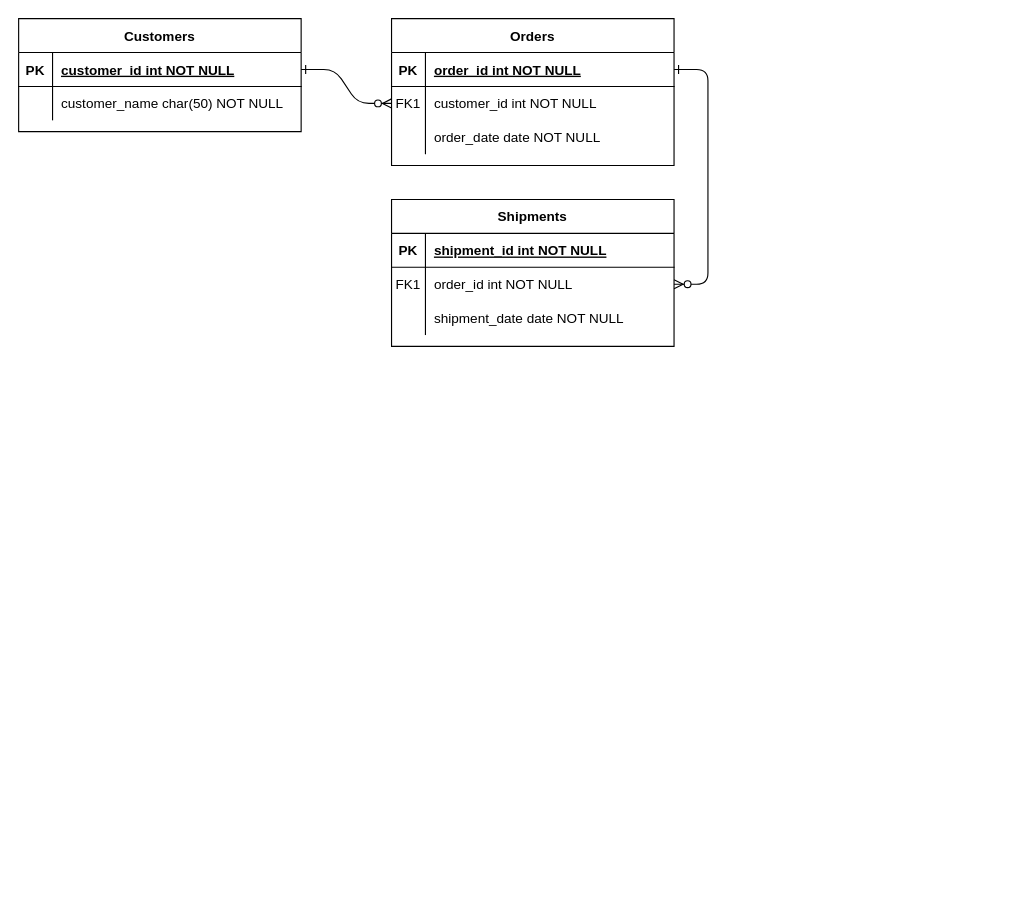
This is relation.drawio from niuniu268/Tentamen-240318-kl-14, a draw.io file, before an edit. Source tidied: cells renumbered, new cells numbered last; positions are measured from the earlier drawing's top-left corner, leaving out a move shared by most shapes. Both pictures are drawn from the tidied source at 113%, with x=0, y=0 at pixel (18, 18).
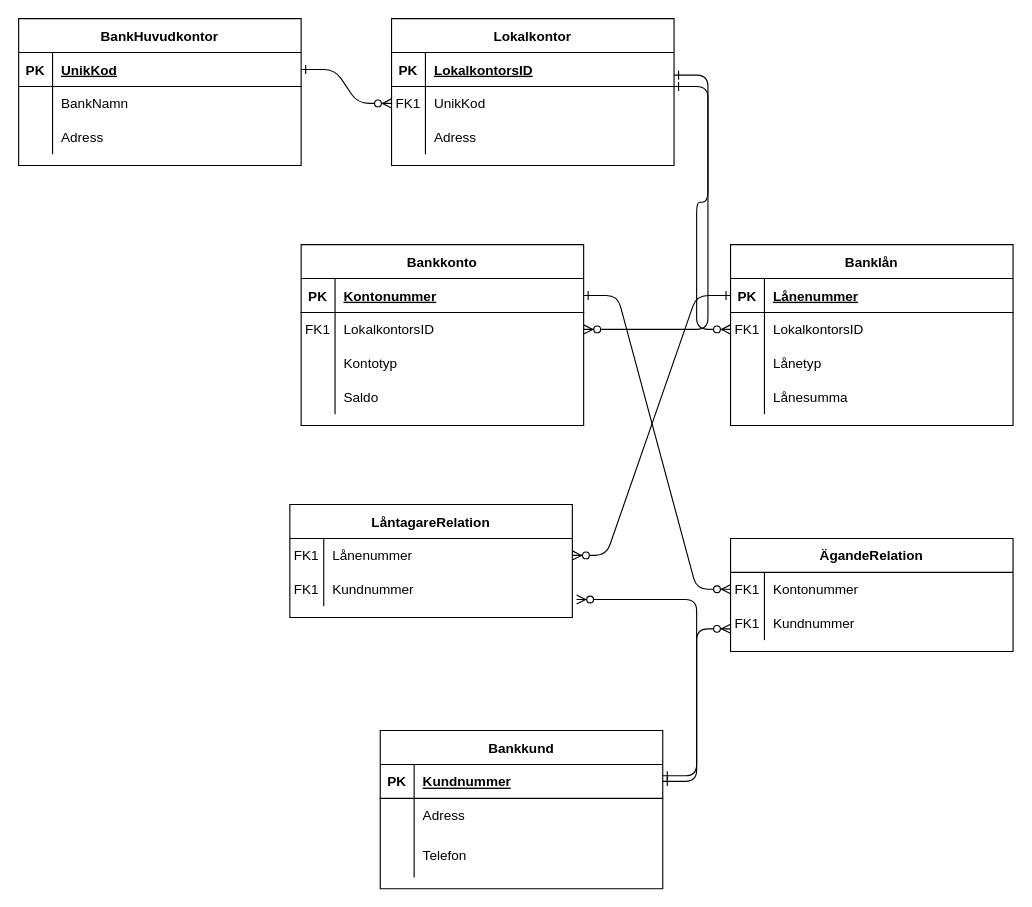
After the change.

The change refers to these unchanged cells:
```xml
<mxCell id="5" style="shape=partialRectangle;fillColor=none;points=[[0,0.5],[1,0.5]];portConstraint=eastwest;top=0;left=0;right=0;bottom=1;" parent="4" vertex="1">
  <mxGeometry y="30" width="250" height="30" as="geometry" />
</mxCell>
<mxCell id="8" style="shape=partialRectangle;fillColor=none;points=[[0,0.5],[1,0.5]];portConstraint=eastwest;top=0;left=0;right=0;bottom=0;" parent="4" vertex="1">
  <mxGeometry y="60" width="250" height="30" as="geometry" />
</mxCell>
<mxCell id="11" style="shape=partialRectangle;fillColor=none;top=0;left=0;right=0;bottom=0;" parent="4" vertex="1">
  <mxGeometry y="90" width="250" height="30" as="geometry" />
</mxCell>
<mxCell id="15" style="shape=partialRectangle;fillColor=none;points=[[0,0.5],[1,0.5]];portConstraint=eastwest;top=0;left=0;right=0;bottom=1;" parent="14" vertex="1">
  <mxGeometry y="30" width="250" height="30" as="geometry" />
</mxCell>
<mxCell id="25" style="shape=partialRectangle;fillColor=none;points=[[0,0.5],[1,0.5]];portConstraint=eastwest;top=0;left=0;right=0;bottom=1;" parent="24" vertex="1">
  <mxGeometry y="30" width="250" height="30" as="geometry" />
</mxCell>
<mxCell id="28" style="shape=partialRectangle;fillColor=none;top=0;left=0;right=0;bottom=0;" parent="24" vertex="1">
  <mxGeometry y="60" width="250" height="30" as="geometry" />
</mxCell>
```

Change to the diagram source:
```diff
@@
-    <mxCell id="3" style="edgeStyle=entityRelationEdgeStyle;endArrow=ERzeroToMany;startArrow=ERone;endFill=1;startFill=0;" parent="1" edge="1" source="5" target="18">
-      <mxGeometry relative="1" as="geometry" />
-    </mxCell>
-    <mxCell id="4" value="Orders" style="shape=table;startSize=30;childLayout=tableLayout;rowLines=0;fontStyle=1;align=center;" parent="1" vertex="1">
+    <mxCell id="4" value="Lokalkontor" style="shape=table;startSize=30;childLayout=tableLayout;rowLines=0;fontStyle=1;align=center;" parent="1" vertex="1">
       <mxGeometry x="330" width="250" height="130" as="geometry" />
     </mxCell>
@@
-    <mxCell id="7" value="order_id int NOT NULL " style="shape=partialRectangle;overflow=hidden;fillColor=none;top=0;left=0;bottom=0;right=0;align=left;spacingLeft=6;fontStyle=5;" parent="5" vertex="1">
+    <mxCell id="7" value="LokalkontorsID" style="shape=partialRectangle;overflow=hidden;fillColor=none;top=0;left=0;bottom=0;right=0;align=left;spacingLeft=6;fontStyle=5;" parent="5" vertex="1">
       <mxGeometry x="30" width="220" height="30" as="geometry" />
     </mxCell>
@@
-    <mxCell id="10" value="customer_id int NOT NULL" style="shape=partialRectangle;overflow=hidden;fillColor=none;top=0;left=0;bottom=0;right=0;align=left;spacingLeft=6;" parent="8" vertex="1">
+    <mxCell id="10" value="UnikKod" style="shape=partialRectangle;overflow=hidden;fillColor=none;top=0;left=0;bottom=0;right=0;align=left;spacingLeft=6;" parent="8" vertex="1">
       <mxGeometry x="30" width="220" height="30" as="geometry" />
     </mxCell>
@@
-    <mxCell id="13" value="order_date date NOT NULL" style="shape=partialRectangle;overflow=hidden;fillColor=none;top=0;left=0;bottom=0;right=0;align=left;spacingLeft=6;" parent="11" vertex="1">
+    <mxCell id="13" value="Adress" style="shape=partialRectangle;overflow=hidden;fillColor=none;top=0;left=0;bottom=0;right=0;align=left;spacingLeft=6;" parent="11" vertex="1">
       <mxGeometry x="30" width="220" height="30" as="geometry" />
     </mxCell>
-    <mxCell id="14" value="Shipments" style="shape=table;startSize=30;childLayout=tableLayout;rowLines=0;fontStyle=1;align=center;" parent="1" vertex="1">
-      <mxGeometry x="330" y="160" width="250" height="130" as="geometry" />
+    <mxCell id="14" value="Bankkund" style="shape=table;startSize=30;childLayout=tableLayout;rowLines=0;fontStyle=1;align=center;" parent="1" vertex="1">
+      <mxGeometry x="320" y="630" width="250" height="140" as="geometry" />
     </mxCell>
@@
-    <mxCell id="17" value="shipment_id int NOT NULL " style="shape=partialRectangle;overflow=hidden;fillColor=none;top=0;left=0;bottom=0;right=0;align=left;spacingLeft=6;fontStyle=5;" parent="15" vertex="1">
+    <mxCell id="17" value="Kundnummer" style="shape=partialRectangle;overflow=hidden;fillColor=none;top=0;left=0;bottom=0;right=0;align=left;spacingLeft=6;fontStyle=5;" parent="15" vertex="1">
       <mxGeometry x="30" width="220" height="30" as="geometry" />
     </mxCell>
-    <mxCell id="18" style="shape=partialRectangle;fillColor=none;points=[[0,0.5],[1,0.5]];portConstraint=eastwest;top=0;left=0;right=0;bottom=0;" parent="14" vertex="1">
-      <mxGeometry y="60" width="250" height="30" as="geometry" />
-    </mxCell>
-    <mxCell id="19" value="FK1" style="shape=partialRectangle;overflow=hidden;fillColor=none;top=0;left=0;bottom=0;right=0;" parent="18" vertex="1">
-      <mxGeometry width="30" height="30" as="geometry" />
-    </mxCell>
-    <mxCell id="20" value="order_id int NOT NULL" style="shape=partialRectangle;overflow=hidden;fillColor=none;top=0;left=0;bottom=0;right=0;align=left;spacingLeft=6;" parent="18" vertex="1">
-      <mxGeometry x="30" width="220" height="30" as="geometry" />
-    </mxCell>
     <mxCell id="21" style="shape=partialRectangle;fillColor=none;top=0;left=0;right=0;bottom=0;" parent="14" vertex="1">
-      <mxGeometry y="90" width="250" height="30" as="geometry" />
+      <mxGeometry y="60" width="250" height="30" as="geometry" />
     </mxCell>
@@
-    <mxCell id="23" value="shipment_date date NOT NULL" style="shape=partialRectangle;overflow=hidden;fillColor=none;top=0;left=0;bottom=0;right=0;align=left;spacingLeft=6;" parent="21" vertex="1">
+    <mxCell id="23" value="Adress" style="shape=partialRectangle;overflow=hidden;fillColor=none;top=0;left=0;bottom=0;right=0;align=left;spacingLeft=6;" parent="21" vertex="1">
       <mxGeometry x="30" width="220" height="30" as="geometry" />
     </mxCell>
+    <mxCell id="31" style="shape=partialRectangle;fillColor=none;top=0;left=0;right=0;bottom=0;" parent="14" vertex="1">
+      <mxGeometry y="90" width="250" height="40" as="geometry" />
+    </mxCell>
+    <mxCell id="32" style="shape=partialRectangle;overflow=hidden;fillColor=none;top=0;left=0;bottom=0;right=0;" parent="31" vertex="1">
+      <mxGeometry width="30" height="40" as="geometry" />
+    </mxCell>
+    <mxCell id="33" value="Telefon" style="shape=partialRectangle;overflow=hidden;fillColor=none;top=0;left=0;bottom=0;right=0;align=left;spacingLeft=6;" parent="31" vertex="1">
+      <mxGeometry x="30" width="220" height="40" as="geometry" />
+    </mxCell>
-    <mxCell id="24" value="Customers" style="shape=table;startSize=30;childLayout=tableLayout;rowLines=0;fontStyle=1;align=center;" parent="1" vertex="1">
-      <mxGeometry width="250" height="100" as="geometry" />
+    <mxCell id="24" value="BankHuvudkontor" style="shape=table;startSize=30;childLayout=tableLayout;rowLines=0;fontStyle=1;align=center;" parent="1" vertex="1">
+      <mxGeometry width="250" height="130" as="geometry" />
     </mxCell>
@@
-    <mxCell id="27" value="customer_id int NOT NULL " style="shape=partialRectangle;overflow=hidden;fillColor=none;top=0;left=0;bottom=0;right=0;align=left;spacingLeft=6;fontStyle=5;" parent="25" vertex="1">
+    <mxCell id="27" value="UnikKod" style="shape=partialRectangle;overflow=hidden;fillColor=none;top=0;left=0;bottom=0;right=0;align=left;spacingLeft=6;fontStyle=5;" parent="25" vertex="1">
       <mxGeometry x="30" width="220" height="30" as="geometry" />
     </mxCell>
@@
-    <mxCell id="30" value="customer_name char(50) NOT NULL" style="shape=partialRectangle;overflow=hidden;fillColor=none;top=0;left=0;bottom=0;right=0;align=left;spacingLeft=6;" parent="28" vertex="1">
+    <mxCell id="30" value="BankNamn" style="shape=partialRectangle;overflow=hidden;fillColor=none;top=0;left=0;bottom=0;right=0;align=left;spacingLeft=6;" parent="28" vertex="1">
       <mxGeometry x="30" width="220" height="30" as="geometry" />
     </mxCell>
+    <mxCell id="34" style="shape=partialRectangle;fillColor=none;top=0;left=0;right=0;bottom=0;" parent="24" vertex="1">
+      <mxGeometry y="90" width="250" height="30" as="geometry" />
+    </mxCell>
+    <mxCell id="35" style="shape=partialRectangle;overflow=hidden;fillColor=none;top=0;left=0;bottom=0;right=0;" parent="34" vertex="1">
+      <mxGeometry width="30" height="30" as="geometry" />
+    </mxCell>
+    <mxCell id="36" value="Adress" style="shape=partialRectangle;overflow=hidden;fillColor=none;top=0;left=0;bottom=0;right=0;align=left;spacingLeft=6;" parent="34" vertex="1">
+      <mxGeometry x="30" width="220" height="30" as="geometry" />
+    </mxCell>
+    <mxCell id="37" style="edgeStyle=entityRelationEdgeStyle;endArrow=ERzeroToMany;startArrow=ERone;endFill=1;startFill=0;exitX=1;exitY=0.5;exitDx=0;exitDy=0;entryX=1;entryY=0.5;entryDx=0;entryDy=0;" parent="1" edge="1" target="56">
+      <mxGeometry relative="1" as="geometry">
+        <mxPoint x="580" y="60" as="sourcePoint" />
+      </mxGeometry>
+    </mxCell>
+    <mxCell id="38" value="Banklån" style="shape=table;startSize=30;childLayout=tableLayout;rowLines=0;fontStyle=1;align=center;" parent="1" vertex="1">
+      <mxGeometry x="630" y="200" width="250" height="160" as="geometry" />
+    </mxCell>
+    <mxCell id="39" style="shape=partialRectangle;fillColor=none;points=[[0,0.5],[1,0.5]];portConstraint=eastwest;top=0;left=0;right=0;bottom=1;" parent="38" vertex="1">
+      <mxGeometry y="30" width="250" height="30" as="geometry" />
+    </mxCell>
+    <mxCell id="40" value="PK" style="shape=partialRectangle;overflow=hidden;fillColor=none;top=0;left=0;bottom=0;right=0;fontStyle=1;" parent="39" vertex="1">
+      <mxGeometry width="30" height="30" as="geometry" />
+    </mxCell>
+    <mxCell id="41" value="Lånenummer" style="shape=partialRectangle;overflow=hidden;fillColor=none;top=0;left=0;bottom=0;right=0;align=left;spacingLeft=6;fontStyle=5;" parent="39" vertex="1">
+      <mxGeometry x="30" width="220" height="30" as="geometry" />
+    </mxCell>
+    <mxCell id="42" style="shape=partialRectangle;fillColor=none;points=[[0,0.5],[1,0.5]];portConstraint=eastwest;top=0;left=0;right=0;bottom=0;" parent="38" vertex="1">
+      <mxGeometry y="60" width="250" height="30" as="geometry" />
+    </mxCell>
+    <mxCell id="43" value="FK1" style="shape=partialRectangle;overflow=hidden;fillColor=none;top=0;left=0;bottom=0;right=0;" parent="42" vertex="1">
+      <mxGeometry width="30" height="30" as="geometry" />
+    </mxCell>
+    <mxCell id="44" value="LokalkontorsID" style="shape=partialRectangle;overflow=hidden;fillColor=none;top=0;left=0;bottom=0;right=0;align=left;spacingLeft=6;" parent="42" vertex="1">
+      <mxGeometry x="30" width="220" height="30" as="geometry" />
+    </mxCell>
+    <mxCell id="45" style="shape=partialRectangle;fillColor=none;top=0;left=0;right=0;bottom=0;" parent="38" vertex="1">
+      <mxGeometry y="90" width="250" height="30" as="geometry" />
+    </mxCell>
+    <mxCell id="46" style="shape=partialRectangle;overflow=hidden;fillColor=none;top=0;left=0;bottom=0;right=0;" parent="45" vertex="1">
+      <mxGeometry width="30" height="30" as="geometry" />
+    </mxCell>
+    <mxCell id="47" value="Lånetyp" style="shape=partialRectangle;overflow=hidden;fillColor=none;top=0;left=0;bottom=0;right=0;align=left;spacingLeft=6;" parent="45" vertex="1">
+      <mxGeometry x="30" width="220" height="30" as="geometry" />
+    </mxCell>
+    <mxCell id="48" style="shape=partialRectangle;fillColor=none;top=0;left=0;right=0;bottom=0;" parent="38" vertex="1">
+      <mxGeometry y="120" width="250" height="30" as="geometry" />
+    </mxCell>
+    <mxCell id="49" style="shape=partialRectangle;overflow=hidden;fillColor=none;top=0;left=0;bottom=0;right=0;" parent="48" vertex="1">
+      <mxGeometry width="30" height="30" as="geometry" />
+    </mxCell>
+    <mxCell id="50" value="Lånesumma" style="shape=partialRectangle;overflow=hidden;fillColor=none;top=0;left=0;bottom=0;right=0;align=left;spacingLeft=6;" parent="48" vertex="1">
+      <mxGeometry x="30" width="220" height="30" as="geometry" />
+    </mxCell>
+    <mxCell id="51" style="edgeStyle=entityRelationEdgeStyle;endArrow=ERzeroToMany;startArrow=ERone;endFill=1;startFill=0;entryX=0;entryY=0.5;entryDx=0;entryDy=0;exitX=1;exitY=0.5;exitDx=0;exitDy=0;" parent="1" edge="1" target="42">
+      <mxGeometry relative="1" as="geometry">
+        <mxPoint x="580" y="50" as="sourcePoint" />
+        <Array as="points">
+          <mxPoint x="320" y="430" />
+        </Array>
+      </mxGeometry>
+    </mxCell>
+    <mxCell id="52" value="Bankkonto" style="shape=table;startSize=30;childLayout=tableLayout;rowLines=0;fontStyle=1;align=center;" parent="1" vertex="1">
+      <mxGeometry x="250" y="200" width="250" height="160" as="geometry" />
+    </mxCell>
+    <mxCell id="53" style="shape=partialRectangle;fillColor=none;points=[[0,0.5],[1,0.5]];portConstraint=eastwest;top=0;left=0;right=0;bottom=1;" parent="52" vertex="1">
+      <mxGeometry y="30" width="250" height="30" as="geometry" />
+    </mxCell>
+    <mxCell id="54" value="PK" style="shape=partialRectangle;overflow=hidden;fillColor=none;top=0;left=0;bottom=0;right=0;fontStyle=1;" parent="53" vertex="1">
+      <mxGeometry width="30" height="30" as="geometry" />
+    </mxCell>
+    <mxCell id="55" value="Kontonummer" style="shape=partialRectangle;overflow=hidden;fillColor=none;top=0;left=0;bottom=0;right=0;align=left;spacingLeft=6;fontStyle=5;" parent="53" vertex="1">
+      <mxGeometry x="30" width="220" height="30" as="geometry" />
+    </mxCell>
+    <mxCell id="56" style="shape=partialRectangle;fillColor=none;points=[[0,0.5],[1,0.5]];portConstraint=eastwest;top=0;left=0;right=0;bottom=0;" parent="52" vertex="1">
+      <mxGeometry y="60" width="250" height="30" as="geometry" />
+    </mxCell>
+    <mxCell id="57" value="FK1" style="shape=partialRectangle;overflow=hidden;fillColor=none;top=0;left=0;bottom=0;right=0;" parent="56" vertex="1">
+      <mxGeometry width="30" height="30" as="geometry" />
+    </mxCell>
+    <mxCell id="58" value="LokalkontorsID" style="shape=partialRectangle;overflow=hidden;fillColor=none;top=0;left=0;bottom=0;right=0;align=left;spacingLeft=6;" parent="56" vertex="1">
+      <mxGeometry x="30" width="220" height="30" as="geometry" />
+    </mxCell>
+    <mxCell id="59" style="shape=partialRectangle;fillColor=none;top=0;left=0;right=0;bottom=0;" parent="52" vertex="1">
+      <mxGeometry y="90" width="250" height="30" as="geometry" />
+    </mxCell>
+    <mxCell id="60" style="shape=partialRectangle;overflow=hidden;fillColor=none;top=0;left=0;bottom=0;right=0;" parent="59" vertex="1">
+      <mxGeometry width="30" height="30" as="geometry" />
+    </mxCell>
+    <mxCell id="61" value="Kontotyp" style="shape=partialRectangle;overflow=hidden;fillColor=none;top=0;left=0;bottom=0;right=0;align=left;spacingLeft=6;" parent="59" vertex="1">
+      <mxGeometry x="30" width="220" height="30" as="geometry" />
+    </mxCell>
+    <mxCell id="62" style="shape=partialRectangle;fillColor=none;top=0;left=0;right=0;bottom=0;" parent="52" vertex="1">
+      <mxGeometry y="120" width="250" height="30" as="geometry" />
+    </mxCell>
+    <mxCell id="63" style="shape=partialRectangle;overflow=hidden;fillColor=none;top=0;left=0;bottom=0;right=0;" parent="62" vertex="1">
+      <mxGeometry width="30" height="30" as="geometry" />
+    </mxCell>
+    <mxCell id="64" value="Saldo" style="shape=partialRectangle;overflow=hidden;fillColor=none;top=0;left=0;bottom=0;right=0;align=left;spacingLeft=6;" parent="62" vertex="1">
+      <mxGeometry x="30" width="220" height="30" as="geometry" />
+    </mxCell>
+    <mxCell id="65" value="ÄgandeRelation" style="shape=table;startSize=30;childLayout=tableLayout;rowLines=0;fontStyle=1;align=center;" parent="1" vertex="1">
+      <mxGeometry x="630" y="460" width="250" height="100" as="geometry" />
+    </mxCell>
+    <mxCell id="66" style="shape=partialRectangle;fillColor=none;points=[[0,0.5],[1,0.5]];portConstraint=eastwest;top=0;left=0;right=0;bottom=0;" parent="65" vertex="1">
+      <mxGeometry y="30" width="250" height="30" as="geometry" />
+    </mxCell>
+    <mxCell id="67" value="FK1" style="shape=partialRectangle;overflow=hidden;fillColor=none;top=0;left=0;bottom=0;right=0;" parent="66" vertex="1">
+      <mxGeometry width="30" height="30" as="geometry" />
+    </mxCell>
+    <mxCell id="68" value="Kontonummer" style="shape=partialRectangle;overflow=hidden;fillColor=none;top=0;left=0;bottom=0;right=0;align=left;spacingLeft=6;" parent="66" vertex="1">
+      <mxGeometry x="30" width="220" height="30" as="geometry" />
+    </mxCell>
+    <mxCell id="69" style="shape=partialRectangle;fillColor=none;top=0;left=0;right=0;bottom=0;" parent="65" vertex="1">
+      <mxGeometry y="60" width="250" height="30" as="geometry" />
+    </mxCell>
+    <mxCell id="70" value="FK1" style="shape=partialRectangle;overflow=hidden;fillColor=none;top=0;left=0;bottom=0;right=0;" parent="69" vertex="1">
+      <mxGeometry width="30" height="30" as="geometry" />
+    </mxCell>
+    <mxCell id="71" value="Kundnummer" style="shape=partialRectangle;overflow=hidden;fillColor=none;top=0;left=0;bottom=0;right=0;align=left;spacingLeft=6;" parent="69" vertex="1">
+      <mxGeometry x="30" width="220" height="30" as="geometry" />
+    </mxCell>
+    <mxCell id="72" style="edgeStyle=entityRelationEdgeStyle;endArrow=ERzeroToMany;startArrow=ERone;endFill=1;startFill=0;entryX=0;entryY=0.5;entryDx=0;entryDy=0;exitX=1;exitY=0.5;exitDx=0;exitDy=0;" parent="1" edge="1" source="53" target="66">
+      <mxGeometry relative="1" as="geometry">
+        <Array as="points">
+          <mxPoint x="290" y="670" />
+        </Array>
+      </mxGeometry>
+    </mxCell>
+    <mxCell id="73" style="edgeStyle=entityRelationEdgeStyle;endArrow=ERzeroToMany;startArrow=ERone;endFill=1;startFill=0;entryX=0;entryY=0.5;entryDx=0;entryDy=0;exitX=1;exitY=0.5;exitDx=0;exitDy=0;" parent="1" edge="1" source="15">
+      <mxGeometry relative="1" as="geometry">
+        <mxPoint x="630" y="540" as="targetPoint" />
+        <Array as="points">
+          <mxPoint x="600" y="630" />
+          <mxPoint x="290" y="985" />
+        </Array>
+      </mxGeometry>
+    </mxCell>
+    <mxCell id="74" value="LåntagareRelation" style="shape=table;startSize=30;childLayout=tableLayout;rowLines=0;fontStyle=1;align=center;" parent="1" vertex="1">
+      <mxGeometry x="240" y="430" width="250" height="100" as="geometry" />
+    </mxCell>
+    <mxCell id="75" style="shape=partialRectangle;fillColor=none;points=[[0,0.5],[1,0.5]];portConstraint=eastwest;top=0;left=0;right=0;bottom=0;" parent="74" vertex="1">
+      <mxGeometry y="30" width="250" height="30" as="geometry" />
+    </mxCell>
+    <mxCell id="76" value="FK1" style="shape=partialRectangle;overflow=hidden;fillColor=none;top=0;left=0;bottom=0;right=0;" parent="75" vertex="1">
+      <mxGeometry width="30" height="30" as="geometry" />
+    </mxCell>
+    <mxCell id="77" value="Lånenummer" style="shape=partialRectangle;overflow=hidden;fillColor=none;top=0;left=0;bottom=0;right=0;align=left;spacingLeft=6;" parent="75" vertex="1">
+      <mxGeometry x="30" width="220" height="30" as="geometry" />
+    </mxCell>
+    <mxCell id="78" style="shape=partialRectangle;fillColor=none;points=[[0,0.5],[1,0.5]];portConstraint=eastwest;top=0;left=0;right=0;bottom=0;" parent="74" vertex="1">
+      <mxGeometry y="60" width="250" height="30" as="geometry" />
+    </mxCell>
+    <mxCell id="79" value="FK1" style="shape=partialRectangle;overflow=hidden;fillColor=none;top=0;left=0;bottom=0;right=0;" parent="78" vertex="1">
+      <mxGeometry width="30" height="30" as="geometry" />
+    </mxCell>
+    <mxCell id="80" value="Kundnummer" style="shape=partialRectangle;overflow=hidden;fillColor=none;top=0;left=0;bottom=0;right=0;align=left;spacingLeft=6;" parent="78" vertex="1">
+      <mxGeometry x="30" width="220" height="30" as="geometry" />
+    </mxCell>
+    <mxCell id="81" style="edgeStyle=entityRelationEdgeStyle;endArrow=ERzeroToMany;startArrow=ERone;endFill=1;startFill=0;exitX=0;exitY=0.5;exitDx=0;exitDy=0;entryX=1;entryY=0.5;entryDx=0;entryDy=0;" parent="1" edge="1" source="39" target="75">
+      <mxGeometry relative="1" as="geometry" />
+    </mxCell>
+    <mxCell id="82" style="edgeStyle=entityRelationEdgeStyle;endArrow=ERzeroToMany;startArrow=ERone;endFill=1;startFill=0;exitX=0;exitY=0.5;exitDx=0;exitDy=0;entryX=1.015;entryY=0.8;entryDx=0;entryDy=0;entryPerimeter=0;" parent="1" edge="1" target="78">
+      <mxGeometry relative="1" as="geometry">
+        <mxPoint x="570" y="670" as="sourcePoint" />
+      </mxGeometry>
+    </mxCell>
```
